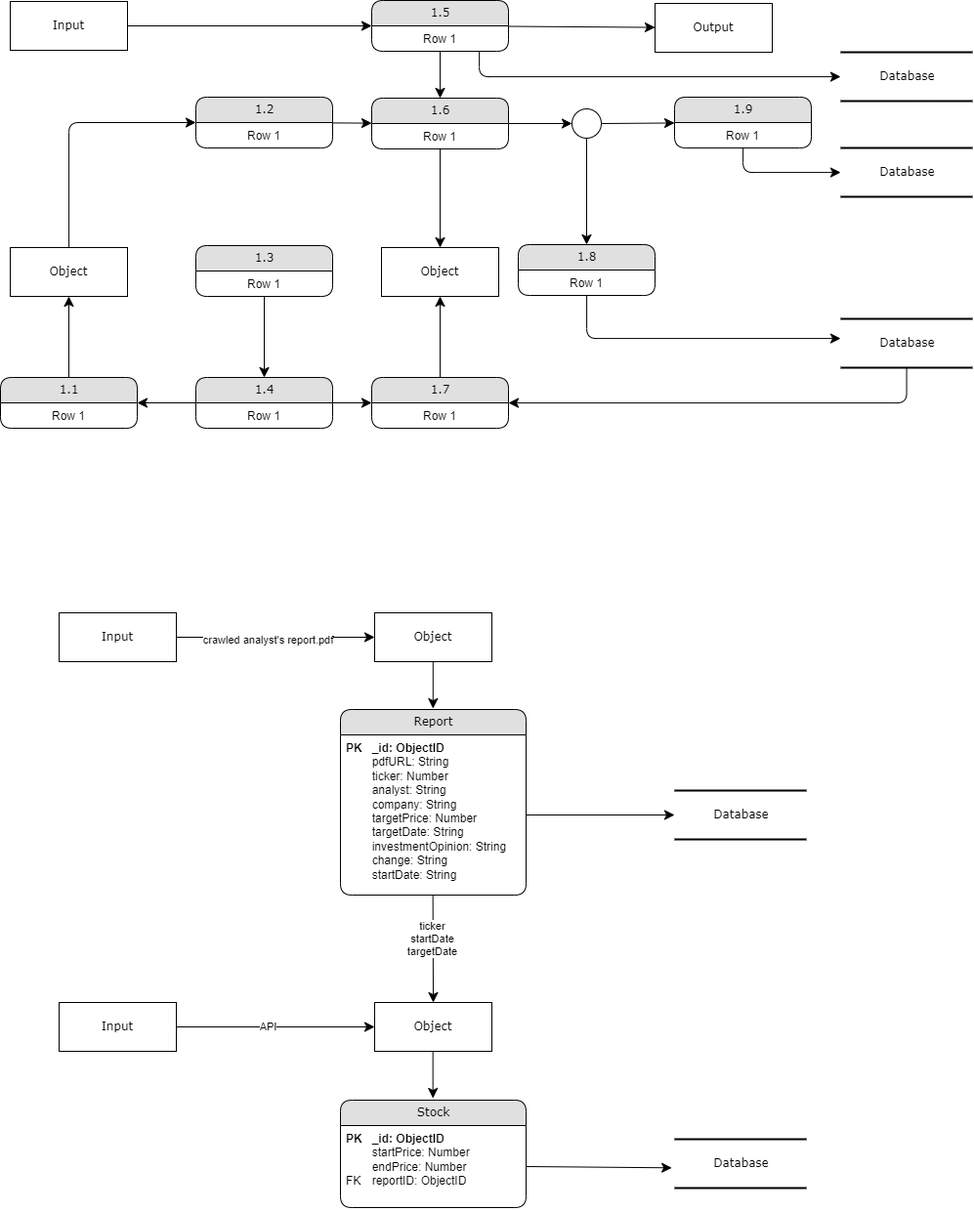
Earlier version of the draw.io export DataFlow.drawio.png (ye-s-rin/prodigitalacademy3rd-web). Source tidied: cells renumbered, new cells last; positions are measured from the earlier drawing's top-left corner, leaving out a move shared by most shapes.
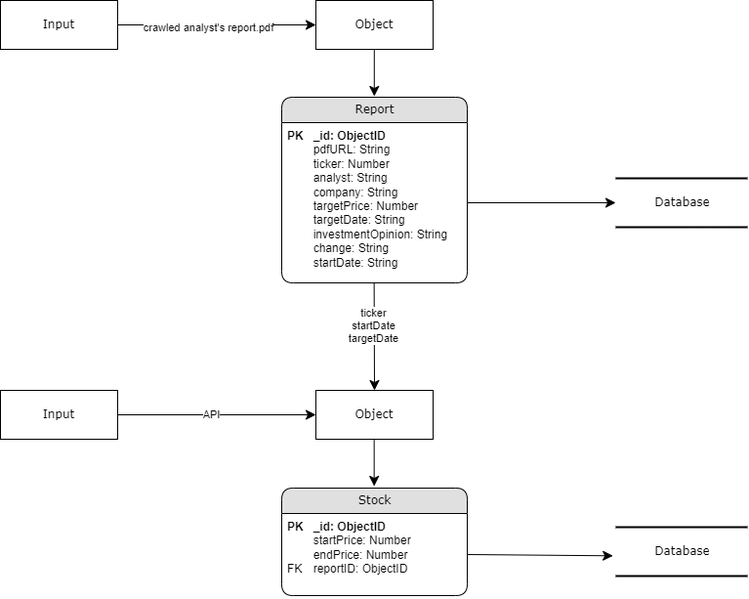
Later version of the same file.

Change to the diagram source:
```diff
@@ -2,158 +2,6 @@
   <root>
     <mxCell id="0" />
     <mxCell id="1" parent="0" />
-    <mxCell id="2" value="Database" style="html=1;rounded=0;shadow=0;comic=0;labelBackgroundColor=none;strokeWidth=2;fontFamily=Verdana;fontSize=12;align=center;shape=mxgraph.ios7ui.horLines;" parent="1" vertex="1">
-      <mxGeometry x="860" y="53" width="135" height="50" as="geometry" />
-    </mxCell>
-    <mxCell id="3" value="Database" style="html=1;rounded=0;shadow=0;comic=0;labelBackgroundColor=none;strokeWidth=2;fontFamily=Verdana;fontSize=12;align=center;shape=mxgraph.ios7ui.horLines;" parent="1" vertex="1">
-      <mxGeometry x="860" y="151" width="135" height="50" as="geometry" />
-    </mxCell>
-    <mxCell id="4" value="Output" style="whiteSpace=wrap;html=1;rounded=0;shadow=0;comic=0;labelBackgroundColor=none;strokeWidth=1;fontFamily=Verdana;fontSize=12;align=center;" parent="1" vertex="1">
-      <mxGeometry x="670" y="3" width="120" height="50" as="geometry" />
-    </mxCell>
-    <mxCell id="5" style="edgeStyle=none;html=1;labelBackgroundColor=none;startFill=0;startSize=8;endFill=1;endSize=8;fontFamily=Verdana;fontSize=12;" parent="1" edge="1" source="6" target="10">
-      <mxGeometry relative="1" as="geometry" />
-    </mxCell>
-    <mxCell id="6" value="Input" style="whiteSpace=wrap;html=1;rounded=0;shadow=0;comic=0;labelBackgroundColor=none;strokeWidth=1;fontFamily=Verdana;fontSize=12;align=center;" parent="1" vertex="1">
-      <mxGeometry x="10" y="1" width="120" height="50" as="geometry" />
-    </mxCell>
-    <mxCell id="7" style="edgeStyle=none;html=1;labelBackgroundColor=none;startFill=0;startSize=8;endFill=1;endSize=8;fontFamily=Verdana;fontSize=12;" parent="1" edge="1" source="10" target="4">
-      <mxGeometry relative="1" as="geometry" />
-    </mxCell>
-    <mxCell id="8" style="edgeStyle=none;html=1;labelBackgroundColor=none;startFill=0;startSize=8;endFill=1;endSize=8;fontFamily=Verdana;fontSize=12;" parent="1" edge="1" source="10" target="16">
-      <mxGeometry relative="1" as="geometry" />
-    </mxCell>
-    <mxCell id="9" style="edgeStyle=orthogonalEdgeStyle;html=1;labelBackgroundColor=none;startFill=0;startSize=8;endFill=1;endSize=8;fontFamily=Verdana;fontSize=12;" parent="1" edge="1" source="10" target="2">
-      <mxGeometry relative="1" as="geometry">
-        <Array as="points">
-          <mxPoint x="490" y="78" />
-        </Array>
-      </mxGeometry>
-    </mxCell>
-    <mxCell id="10" value="1.5" style="swimlane;html=1;fontStyle=0;horizontal=1;startSize=26;fillColor=#e0e0e0;swimlaneFillColor=#ffffff;align=center;rounded=1;shadow=0;comic=0;labelBackgroundColor=none;strokeWidth=1;fontFamily=Verdana;fontSize=12;" parent="1" vertex="1">
-      <mxGeometry x="380" width="140" height="52" as="geometry" />
-    </mxCell>
-    <mxCell id="11" value="Row 1" style="text;html=1;strokeColor=none;fillColor=none;spacingLeft=4;spacingRight=4;whiteSpace=wrap;overflow=hidden;align=center;" parent="10" vertex="1">
-      <mxGeometry y="26" width="140" height="26" as="geometry" />
-    </mxCell>
-    <mxCell id="12" style="edgeStyle=orthogonalEdgeStyle;html=1;labelBackgroundColor=none;startFill=0;startSize=8;endFill=1;endSize=8;fontFamily=Verdana;fontSize=12;" parent="1" edge="1" source="13" target="38">
-      <mxGeometry relative="1" as="geometry">
-        <Array as="points">
-          <mxPoint x="928" y="412" />
-        </Array>
-      </mxGeometry>
-    </mxCell>
-    <mxCell id="13" value="Database" style="html=1;rounded=0;shadow=0;comic=0;labelBackgroundColor=none;strokeWidth=2;fontFamily=Verdana;fontSize=12;align=center;shape=mxgraph.ios7ui.horLines;" parent="1" vertex="1">
-      <mxGeometry x="860" y="326" width="135" height="50" as="geometry" />
-    </mxCell>
-    <mxCell id="14" style="edgeStyle=none;html=1;labelBackgroundColor=none;startFill=0;startSize=8;endFill=1;endSize=8;fontFamily=Verdana;fontSize=12;" parent="1" edge="1" source="16" target="45">
-      <mxGeometry relative="1" as="geometry" />
-    </mxCell>
-    <mxCell id="15" style="edgeStyle=none;html=1;labelBackgroundColor=none;startFill=0;startSize=8;endFill=1;endSize=8;fontFamily=Verdana;fontSize=12;" parent="1" edge="1" source="16" target="42">
-      <mxGeometry relative="1" as="geometry" />
-    </mxCell>
-    <mxCell id="16" value="1.6" style="swimlane;html=1;fontStyle=0;horizontal=1;startSize=26;fillColor=#e0e0e0;swimlaneFillColor=#ffffff;align=center;rounded=1;shadow=0;comic=0;labelBackgroundColor=none;strokeWidth=1;fontFamily=Verdana;fontSize=12;" parent="1" vertex="1">
-      <mxGeometry x="380" y="100" width="140" height="52" as="geometry" />
-    </mxCell>
-    <mxCell id="17" value="Row 1" style="text;html=1;strokeColor=none;fillColor=none;spacingLeft=4;spacingRight=4;whiteSpace=wrap;overflow=hidden;align=center;" parent="16" vertex="1">
-      <mxGeometry y="26" width="140" height="26" as="geometry" />
-    </mxCell>
-    <mxCell id="18" style="edgeStyle=none;html=1;labelBackgroundColor=none;startFill=0;startSize=8;endFill=1;endSize=8;fontFamily=Verdana;fontSize=12;" parent="1" edge="1" source="19" target="16">
-      <mxGeometry relative="1" as="geometry" />
-    </mxCell>
-    <mxCell id="19" value="1.2" style="swimlane;html=1;fontStyle=0;horizontal=1;startSize=26;fillColor=#e0e0e0;swimlaneFillColor=#ffffff;align=center;rounded=1;shadow=0;comic=0;labelBackgroundColor=none;strokeWidth=1;fontFamily=Verdana;fontSize=12;" parent="1" vertex="1">
-      <mxGeometry x="200" y="99" width="140" height="52" as="geometry" />
-    </mxCell>
-    <mxCell id="20" value="Row 1" style="text;html=1;strokeColor=none;fillColor=none;spacingLeft=4;spacingRight=4;whiteSpace=wrap;overflow=hidden;align=center;" parent="19" vertex="1">
-      <mxGeometry y="26" width="140" height="26" as="geometry" />
-    </mxCell>
-    <mxCell id="21" style="edgeStyle=orthogonalEdgeStyle;html=1;labelBackgroundColor=none;startFill=0;startSize=8;endFill=1;endSize=8;fontFamily=Verdana;fontSize=12;" parent="1" edge="1" source="22" target="3">
-      <mxGeometry relative="1" as="geometry">
-        <Array as="points">
-          <mxPoint x="760" y="176" />
-        </Array>
-      </mxGeometry>
-    </mxCell>
-    <mxCell id="22" value="1.9" style="swimlane;html=1;fontStyle=0;horizontal=1;startSize=26;fillColor=#e0e0e0;swimlaneFillColor=#ffffff;align=center;rounded=1;shadow=0;comic=0;labelBackgroundColor=none;strokeWidth=1;fontFamily=Verdana;fontSize=12;" parent="1" vertex="1">
-      <mxGeometry x="690" y="99" width="140" height="52" as="geometry" />
-    </mxCell>
-    <mxCell id="23" value="Row 1" style="text;html=1;strokeColor=none;fillColor=none;spacingLeft=4;spacingRight=4;whiteSpace=wrap;overflow=hidden;align=center;" parent="22" vertex="1">
-      <mxGeometry y="26" width="140" height="26" as="geometry" />
-    </mxCell>
-    <mxCell id="24" style="edgeStyle=none;html=1;labelBackgroundColor=none;startFill=0;startSize=8;endFill=1;endSize=8;fontFamily=Verdana;fontSize=12;" parent="1" edge="1" source="25" target="35">
-      <mxGeometry relative="1" as="geometry" />
-    </mxCell>
-    <mxCell id="25" value="1.3" style="swimlane;html=1;fontStyle=0;horizontal=1;startSize=26;fillColor=#e0e0e0;swimlaneFillColor=#ffffff;align=center;rounded=1;shadow=0;comic=0;labelBackgroundColor=none;strokeWidth=1;fontFamily=Verdana;fontSize=12;" parent="1" vertex="1">
-      <mxGeometry x="200" y="251" width="140" height="52" as="geometry" />
-    </mxCell>
-    <mxCell id="26" value="Row 1" style="text;html=1;strokeColor=none;fillColor=none;spacingLeft=4;spacingRight=4;whiteSpace=wrap;overflow=hidden;align=center;" parent="25" vertex="1">
-      <mxGeometry y="26" width="140" height="26" as="geometry" />
-    </mxCell>
-    <mxCell id="27" style="edgeStyle=orthogonalEdgeStyle;html=1;labelBackgroundColor=none;startFill=0;startSize=8;endFill=1;endSize=8;fontFamily=Verdana;fontSize=12;" parent="1" edge="1" source="28" target="13">
-      <mxGeometry relative="1" as="geometry">
-        <Array as="points">
-          <mxPoint x="600" y="346" />
-        </Array>
-      </mxGeometry>
-    </mxCell>
-    <mxCell id="28" value="1.8" style="swimlane;html=1;fontStyle=0;horizontal=1;startSize=26;fillColor=#e0e0e0;swimlaneFillColor=#ffffff;align=center;rounded=1;shadow=0;comic=0;labelBackgroundColor=none;strokeWidth=1;fontFamily=Verdana;fontSize=12;" parent="1" vertex="1">
-      <mxGeometry x="530" y="250" width="140" height="52" as="geometry" />
-    </mxCell>
-    <mxCell id="29" value="Row 1" style="text;html=1;strokeColor=none;fillColor=none;spacingLeft=4;spacingRight=4;whiteSpace=wrap;overflow=hidden;align=center;" parent="28" vertex="1">
-      <mxGeometry y="26" width="140" height="26" as="geometry" />
-    </mxCell>
-    <mxCell id="30" style="edgeStyle=none;html=1;labelBackgroundColor=none;startFill=0;startSize=8;endFill=1;endSize=8;fontFamily=Verdana;fontSize=12;" parent="1" edge="1" source="31" target="41">
-      <mxGeometry relative="1" as="geometry" />
-    </mxCell>
-    <mxCell id="31" value="1.1" style="swimlane;html=1;fontStyle=0;horizontal=1;startSize=26;fillColor=#e0e0e0;swimlaneFillColor=#ffffff;align=center;rounded=1;shadow=0;comic=0;labelBackgroundColor=none;strokeWidth=1;fontFamily=Verdana;fontSize=12;" parent="1" vertex="1">
-      <mxGeometry y="386" width="140" height="52" as="geometry" />
-    </mxCell>
-    <mxCell id="32" value="Row 1" style="text;html=1;strokeColor=none;fillColor=none;spacingLeft=4;spacingRight=4;whiteSpace=wrap;overflow=hidden;align=center;" parent="31" vertex="1">
-      <mxGeometry y="26" width="140" height="26" as="geometry" />
-    </mxCell>
-    <mxCell id="33" style="edgeStyle=none;html=1;labelBackgroundColor=none;startFill=0;startSize=8;endFill=1;endSize=8;fontFamily=Verdana;fontSize=12;" parent="1" edge="1" source="35" target="38">
-      <mxGeometry relative="1" as="geometry" />
-    </mxCell>
-    <mxCell id="34" style="edgeStyle=none;html=1;labelBackgroundColor=none;startFill=0;startSize=8;endFill=1;endSize=8;fontFamily=Verdana;fontSize=12;" parent="1" edge="1" source="35" target="31">
-      <mxGeometry relative="1" as="geometry" />
-    </mxCell>
-    <mxCell id="35" value="1.4" style="swimlane;html=1;fontStyle=0;horizontal=1;startSize=26;fillColor=#e0e0e0;swimlaneFillColor=#ffffff;align=center;rounded=1;shadow=0;comic=0;labelBackgroundColor=none;strokeWidth=1;fontFamily=Verdana;fontSize=12;" parent="1" vertex="1">
-      <mxGeometry x="200" y="386" width="140" height="52" as="geometry" />
-    </mxCell>
-    <mxCell id="36" value="Row 1" style="text;html=1;strokeColor=none;fillColor=none;spacingLeft=4;spacingRight=4;whiteSpace=wrap;overflow=hidden;align=center;" parent="35" vertex="1">
-      <mxGeometry y="26" width="140" height="26" as="geometry" />
-    </mxCell>
-    <mxCell id="37" style="edgeStyle=none;html=1;labelBackgroundColor=none;startFill=0;startSize=8;endFill=1;endSize=8;fontFamily=Verdana;fontSize=12;" parent="1" edge="1" source="38" target="42">
-      <mxGeometry relative="1" as="geometry" />
-    </mxCell>
-    <mxCell id="38" value="1.7" style="swimlane;html=1;fontStyle=0;horizontal=1;startSize=26;fillColor=#e0e0e0;swimlaneFillColor=#ffffff;align=center;rounded=1;shadow=0;comic=0;labelBackgroundColor=none;strokeWidth=1;fontFamily=Verdana;fontSize=12;" parent="1" vertex="1">
-      <mxGeometry x="380" y="386" width="140" height="52" as="geometry" />
-    </mxCell>
-    <mxCell id="39" value="Row 1" style="text;html=1;strokeColor=none;fillColor=none;spacingLeft=4;spacingRight=4;whiteSpace=wrap;overflow=hidden;align=center;" parent="38" vertex="1">
-      <mxGeometry y="26" width="140" height="26" as="geometry" />
-    </mxCell>
-    <mxCell id="40" style="edgeStyle=orthogonalEdgeStyle;html=1;labelBackgroundColor=none;startFill=0;startSize=8;endFill=1;endSize=8;fontFamily=Verdana;fontSize=12;" parent="1" edge="1" source="41" target="19">
-      <mxGeometry relative="1" as="geometry">
-        <Array as="points">
-          <mxPoint x="70" y="125" />
-        </Array>
-      </mxGeometry>
-    </mxCell>
-    <mxCell id="41" value="Object" style="whiteSpace=wrap;html=1;rounded=0;shadow=0;comic=0;labelBackgroundColor=none;strokeWidth=1;fontFamily=Verdana;fontSize=12;align=center;" parent="1" vertex="1">
-      <mxGeometry x="10" y="253" width="120" height="50" as="geometry" />
-    </mxCell>
-    <mxCell id="42" value="Object" style="whiteSpace=wrap;html=1;rounded=0;shadow=0;comic=0;labelBackgroundColor=none;strokeWidth=1;fontFamily=Verdana;fontSize=12;align=center;" parent="1" vertex="1">
-      <mxGeometry x="390" y="253" width="120" height="50" as="geometry" />
-    </mxCell>
-    <mxCell id="43" style="edgeStyle=none;html=1;labelBackgroundColor=none;startFill=0;startSize=8;endFill=1;endSize=8;fontFamily=Verdana;fontSize=12;" parent="1" edge="1" source="45" target="28">
-      <mxGeometry relative="1" as="geometry" />
-    </mxCell>
-    <mxCell id="44" style="edgeStyle=none;html=1;labelBackgroundColor=none;startFill=0;startSize=8;endFill=1;endSize=8;fontFamily=Verdana;fontSize=12;" parent="1" edge="1" source="45" target="22">
-      <mxGeometry relative="1" as="geometry" />
-    </mxCell>
-    <mxCell id="45" style="ellipse;whiteSpace=wrap;html=1;rounded=1;shadow=0;comic=0;labelBackgroundColor=none;strokeWidth=1;fontFamily=Verdana;fontSize=12;align=center;" parent="1" vertex="1">
-      <mxGeometry x="585" y="111" width="30" height="30" as="geometry" />
-    </mxCell>
     <mxCell id="46" value="Database" style="html=1;rounded=0;shadow=0;comic=0;labelBackgroundColor=none;strokeWidth=2;fontFamily=Verdana;fontSize=12;align=center;shape=mxgraph.ios7ui.horLines;" parent="1" vertex="1">
       <mxGeometry x="690" y="809" width="135" height="50" as="geometry" />
     </mxCell>
```
